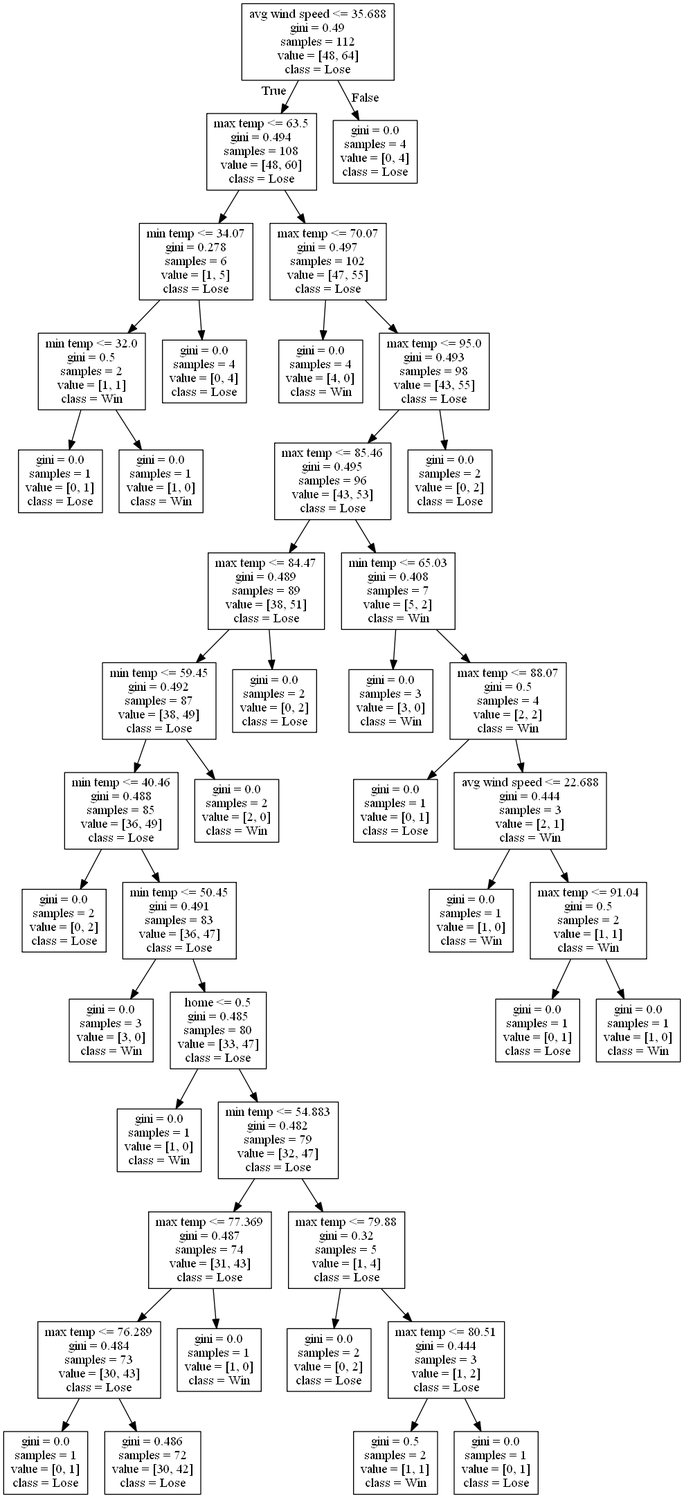
The Graphviz diagram DecisionTrees/decision_tree_no_score_or_attendance_test_609.png in alexana-steck/CSE482Project, before a commit. Its source is kept beside it as DecisionTrees/decision_tree_no_score_or_attendance_test_609.dot. The source it was exported from:
```dot
digraph Tree {
node [shape=box] ;
0 [label="avg wind speed <= 35.688\ngini = 0.49\nsamples = 112\nvalue = [48, 64]\nclass = Lose"] ;
1 [label="max temp <= 63.5\ngini = 0.494\nsamples = 108\nvalue = [48, 60]\nclass = Lose"] ;
0 -> 1 [labeldistance=2.5, labelangle=45, headlabel="True"] ;
2 [label="min temp <= 34.07\ngini = 0.278\nsamples = 6\nvalue = [1, 5]\nclass = Lose"] ;
1 -> 2 ;
3 [label="min temp <= 32.0\ngini = 0.5\nsamples = 2\nvalue = [1, 1]\nclass = Win"] ;
2 -> 3 ;
4 [label="gini = 0.0\nsamples = 1\nvalue = [0, 1]\nclass = Lose"] ;
3 -> 4 ;
5 [label="gini = 0.0\nsamples = 1\nvalue = [1, 0]\nclass = Win"] ;
3 -> 5 ;
6 [label="gini = 0.0\nsamples = 4\nvalue = [0, 4]\nclass = Lose"] ;
2 -> 6 ;
7 [label="max temp <= 70.07\ngini = 0.497\nsamples = 102\nvalue = [47, 55]\nclass = Lose"] ;
1 -> 7 ;
8 [label="gini = 0.0\nsamples = 4\nvalue = [4, 0]\nclass = Win"] ;
7 -> 8 ;
9 [label="max temp <= 95.0\ngini = 0.493\nsamples = 98\nvalue = [43, 55]\nclass = Lose"] ;
7 -> 9 ;
10 [label="max temp <= 85.46\ngini = 0.495\nsamples = 96\nvalue = [43, 53]\nclass = Lose"] ;
9 -> 10 ;
11 [label="max temp <= 84.47\ngini = 0.489\nsamples = 89\nvalue = [38, 51]\nclass = Lose"] ;
10 -> 11 ;
12 [label="min temp <= 59.45\ngini = 0.492\nsamples = 87\nvalue = [38, 49]\nclass = Lose"] ;
11 -> 12 ;
13 [label="min temp <= 40.46\ngini = 0.488\nsamples = 85\nvalue = [36, 49]\nclass = Lose"] ;
12 -> 13 ;
14 [label="gini = 0.0\nsamples = 2\nvalue = [0, 2]\nclass = Lose"] ;
13 -> 14 ;
15 [label="min temp <= 50.45\ngini = 0.491\nsamples = 83\nvalue = [36, 47]\nclass = Lose"] ;
13 -> 15 ;
16 [label="gini = 0.0\nsamples = 3\nvalue = [3, 0]\nclass = Win"] ;
15 -> 16 ;
17 [label="home <= 0.5\ngini = 0.485\nsamples = 80\nvalue = [33, 47]\nclass = Lose"] ;
15 -> 17 ;
18 [label="gini = 0.0\nsamples = 1\nvalue = [1, 0]\nclass = Win"] ;
17 -> 18 ;
19 [label="min temp <= 54.883\ngini = 0.482\nsamples = 79\nvalue = [32, 47]\nclass = Lose"] ;
17 -> 19 ;
20 [label="max temp <= 77.369\ngini = 0.487\nsamples = 74\nvalue = [31, 43]\nclass = Lose"] ;
19 -> 20 ;
21 [label="max temp <= 76.289\ngini = 0.484\nsamples = 73\nvalue = [30, 43]\nclass = Lose"] ;
20 -> 21 ;
22 [label="gini = 0.0\nsamples = 1\nvalue = [0, 1]\nclass = Lose"] ;
21 -> 22 ;
23 [label="gini = 0.486\nsamples = 72\nvalue = [30, 42]\nclass = Lose"] ;
21 -> 23 ;
24 [label="gini = 0.0\nsamples = 1\nvalue = [1, 0]\nclass = Win"] ;
20 -> 24 ;
25 [label="max temp <= 79.88\ngini = 0.32\nsamples = 5\nvalue = [1, 4]\nclass = Lose"] ;
19 -> 25 ;
26 [label="gini = 0.0\nsamples = 2\nvalue = [0, 2]\nclass = Lose"] ;
25 -> 26 ;
27 [label="max temp <= 80.51\ngini = 0.444\nsamples = 3\nvalue = [1, 2]\nclass = Lose"] ;
25 -> 27 ;
28 [label="gini = 0.5\nsamples = 2\nvalue = [1, 1]\nclass = Win"] ;
27 -> 28 ;
29 [label="gini = 0.0\nsamples = 1\nvalue = [0, 1]\nclass = Lose"] ;
27 -> 29 ;
30 [label="gini = 0.0\nsamples = 2\nvalue = [2, 0]\nclass = Win"] ;
12 -> 30 ;
31 [label="gini = 0.0\nsamples = 2\nvalue = [0, 2]\nclass = Lose"] ;
11 -> 31 ;
32 [label="min temp <= 65.03\ngini = 0.408\nsamples = 7\nvalue = [5, 2]\nclass = Win"] ;
10 -> 32 ;
33 [label="gini = 0.0\nsamples = 3\nvalue = [3, 0]\nclass = Win"] ;
32 -> 33 ;
34 [label="max temp <= 88.07\ngini = 0.5\nsamples = 4\nvalue = [2, 2]\nclass = Win"] ;
32 -> 34 ;
35 [label="gini = 0.0\nsamples = 1\nvalue = [0, 1]\nclass = Lose"] ;
34 -> 35 ;
36 [label="avg wind speed <= 22.688\ngini = 0.444\nsamples = 3\nvalue = [2, 1]\nclass = Win"] ;
34 -> 36 ;
37 [label="gini = 0.0\nsamples = 1\nvalue = [1, 0]\nclass = Win"] ;
36 -> 37 ;
38 [label="max temp <= 91.04\ngini = 0.5\nsamples = 2\nvalue = [1, 1]\nclass = Win"] ;
36 -> 38 ;
39 [label="gini = 0.0\nsamples = 1\nvalue = [0, 1]\nclass = Lose"] ;
38 -> 39 ;
40 [label="gini = 0.0\nsamples = 1\nvalue = [1, 0]\nclass = Win"] ;
38 -> 40 ;
41 [label="gini = 0.0\nsamples = 2\nvalue = [0, 2]\nclass = Lose"] ;
9 -> 41 ;
42 [label="gini = 0.0\nsamples = 4\nvalue = [0, 4]\nclass = Lose"] ;
0 -> 42 [labeldistance=2.5, labelangle=-45, headlabel="False"] ;
}
```
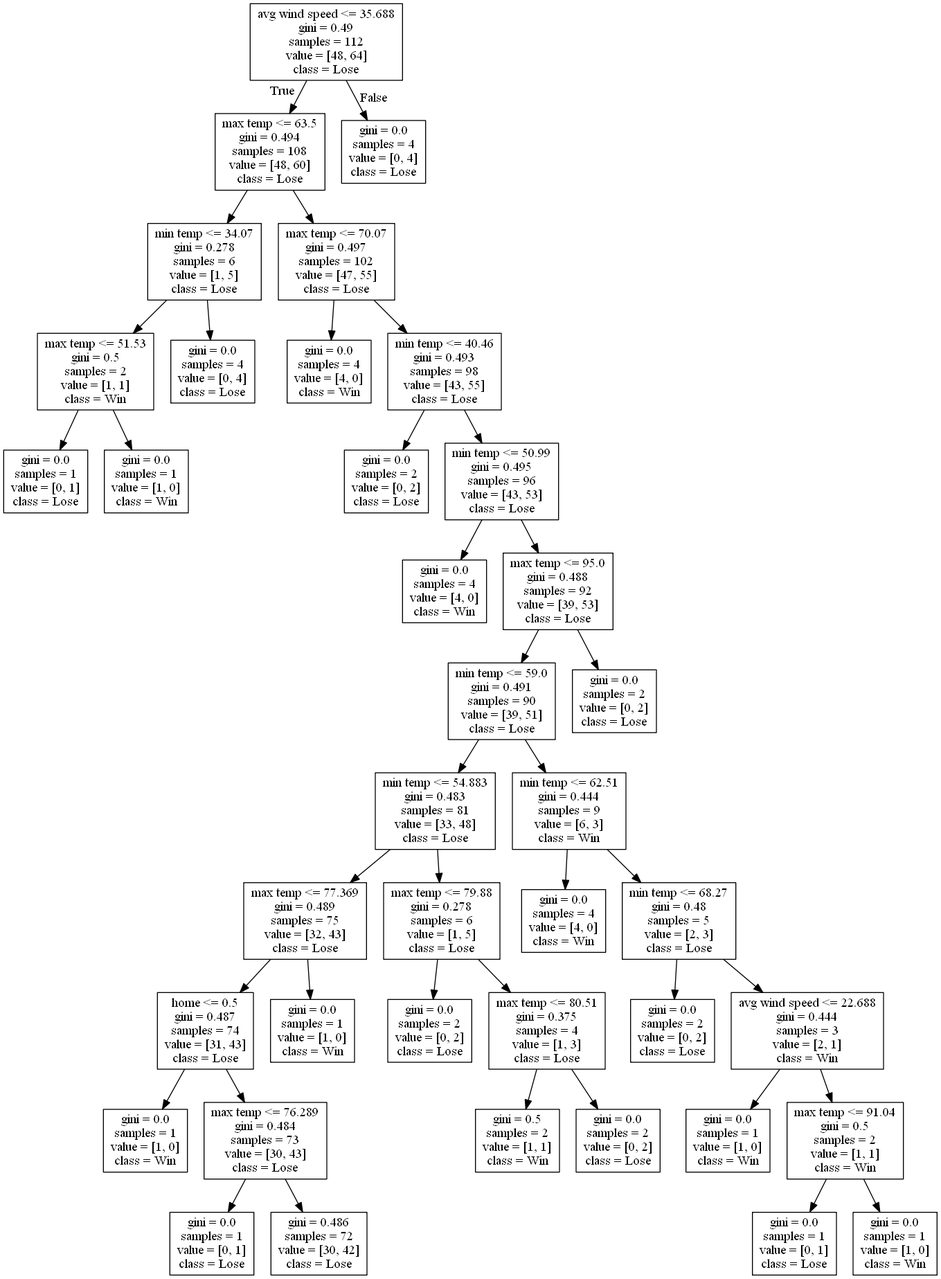
The same file after the commit.

What changed in the source:
```diff
@@ -5,7 +5,7 @@
 0 -> 1 [labeldistance=2.5, labelangle=45, headlabel="True"] ;
 2 [label="min temp <= 34.07\ngini = 0.278\nsamples = 6\nvalue = [1, 5]\nclass = Lose"] ;
 1 -> 2 ;
-3 [label="min temp <= 32.0\ngini = 0.5\nsamples = 2\nvalue = [1, 1]\nclass = Win"] ;
+3 [label="max temp <= 51.53\ngini = 0.5\nsamples = 2\nvalue = [1, 1]\nclass = Win"] ;
 2 -> 3 ;
 4 [label="gini = 0.0\nsamples = 1\nvalue = [0, 1]\nclass = Lose"] ;
 3 -> 4 ;
@@ -17,72 +17,64 @@
 1 -> 7 ;
 8 [label="gini = 0.0\nsamples = 4\nvalue = [4, 0]\nclass = Win"] ;
 7 -> 8 ;
-9 [label="max temp <= 95.0\ngini = 0.493\nsamples = 98\nvalue = [43, 55]\nclass = Lose"] ;
+9 [label="min temp <= 40.46\ngini = 0.493\nsamples = 98\nvalue = [43, 55]\nclass = Lose"] ;
 7 -> 9 ;
-10 [label="max temp <= 85.46\ngini = 0.495\nsamples = 96\nvalue = [43, 53]\nclass = Lose"] ;
+10 [label="gini = 0.0\nsamples = 2\nvalue = [0, 2]\nclass = Lose"] ;
 9 -> 10 ;
-11 [label="max temp <= 84.47\ngini = 0.489\nsamples = 89\nvalue = [38, 51]\nclass = Lose"] ;
-10 -> 11 ;
-12 [label="min temp <= 59.45\ngini = 0.492\nsamples = 87\nvalue = [38, 49]\nclass = Lose"] ;
+11 [label="min temp <= 50.99\ngini = 0.495\nsamples = 96\nvalue = [43, 53]\nclass = Lose"] ;
+9 -> 11 ;
+12 [label="gini = 0.0\nsamples = 4\nvalue = [4, 0]\nclass = Win"] ;
 11 -> 12 ;
-13 [label="min temp <= 40.46\ngini = 0.488\nsamples = 85\nvalue = [36, 49]\nclass = Lose"] ;
-12 -> 13 ;
-14 [label="gini = 0.0\nsamples = 2\nvalue = [0, 2]\nclass = Lose"] ;
+13 [label="max temp <= 95.0\ngini = 0.488\nsamples = 92\nvalue = [39, 53]\nclass = Lose"] ;
+11 -> 13 ;
+14 [label="min temp <= 59.0\ngini = 0.491\nsamples = 90\nvalue = [39, 51]\nclass = Lose"] ;
 13 -> 14 ;
-15 [label="min temp <= 50.45\ngini = 0.491\nsamples = 83\nvalue = [36, 47]\nclass = Lose"] ;
-13 -> 15 ;
-16 [label="gini = 0.0\nsamples = 3\nvalue = [3, 0]\nclass = Win"] ;
+15 [label="min temp <= 54.883\ngini = 0.483\nsamples = 81\nvalue = [33, 48]\nclass = Lose"] ;
+14 -> 15 ;
+16 [label="max temp <= 77.369\ngini = 0.489\nsamples = 75\nvalue = [32, 43]\nclass = Lose"] ;
 15 -> 16 ;
-17 [label="home <= 0.5\ngini = 0.485\nsamples = 80\nvalue = [33, 47]\nclass = Lose"] ;
-15 -> 17 ;
+17 [label="home <= 0.5\ngini = 0.487\nsamples = 74\nvalue = [31, 43]\nclass = Lose"] ;
+16 -> 17 ;
 18 [label="gini = 0.0\nsamples = 1\nvalue = [1, 0]\nclass = Win"] ;
 17 -> 18 ;
-19 [label="min temp <= 54.883\ngini = 0.482\nsamples = 79\nvalue = [32, 47]\nclass = Lose"] ;
+19 [label="max temp <= 76.289\ngini = 0.484\nsamples = 73\nvalue = [30, 43]\nclass = Lose"] ;
 17 -> 19 ;
-20 [label="max temp <= 77.369\ngini = 0.487\nsamples = 74\nvalue = [31, 43]\nclass = Lose"] ;
+20 [label="gini = 0.0\nsamples = 1\nvalue = [0, 1]\nclass = Lose"] ;
 19 -> 20 ;
-21 [label="max temp <= 76.289\ngini = 0.484\nsamples = 73\nvalue = [30, 43]\nclass = Lose"] ;
-20 -> 21 ;
-22 [label="gini = 0.0\nsamples = 1\nvalue = [0, 1]\nclass = Lose"] ;
-21 -> 22 ;
-23 [label="gini = 0.486\nsamples = 72\nvalue = [30, 42]\nclass = Lose"] ;
-21 -> 23 ;
-24 [label="gini = 0.0\nsamples = 1\nvalue = [1, 0]\nclass = Win"] ;
-20 -> 24 ;
-25 [label="max temp <= 79.88\ngini = 0.32\nsamples = 5\nvalue = [1, 4]\nclass = Lose"] ;
-19 -> 25 ;
-26 [label="gini = 0.0\nsamples = 2\nvalue = [0, 2]\nclass = Lose"] ;
+21 [label="gini = 0.486\nsamples = 72\nvalue = [30, 42]\nclass = Lose"] ;
+19 -> 21 ;
+22 [label="gini = 0.0\nsamples = 1\nvalue = [1, 0]\nclass = Win"] ;
+16 -> 22 ;
+23 [label="max temp <= 79.88\ngini = 0.278\nsamples = 6\nvalue = [1, 5]\nclass = Lose"] ;
+15 -> 23 ;
+24 [label="gini = 0.0\nsamples = 2\nvalue = [0, 2]\nclass = Lose"] ;
+23 -> 24 ;
+25 [label="max temp <= 80.51\ngini = 0.375\nsamples = 4\nvalue = [1, 3]\nclass = Lose"] ;
+23 -> 25 ;
+26 [label="gini = 0.5\nsamples = 2\nvalue = [1, 1]\nclass = Win"] ;
 25 -> 26 ;
-27 [label="max temp <= 80.51\ngini = 0.444\nsamples = 3\nvalue = [1, 2]\nclass = Lose"] ;
+27 [label="gini = 0.0\nsamples = 2\nvalue = [0, 2]\nclass = Lose"] ;
 25 -> 27 ;
-28 [label="gini = 0.5\nsamples = 2\nvalue = [1, 1]\nclass = Win"] ;
-27 -> 28 ;
-29 [label="gini = 0.0\nsamples = 1\nvalue = [0, 1]\nclass = Lose"] ;
-27 -> 29 ;
-30 [label="gini = 0.0\nsamples = 2\nvalue = [2, 0]\nclass = Win"] ;
-12 -> 30 ;
+28 [label="min temp <= 62.51\ngini = 0.444\nsamples = 9\nvalue = [6, 3]\nclass = Win"] ;
+14 -> 28 ;
+29 [label="gini = 0.0\nsamples = 4\nvalue = [4, 0]\nclass = Win"] ;
+28 -> 29 ;
+30 [label="min temp <= 68.27\ngini = 0.48\nsamples = 5\nvalue = [2, 3]\nclass = Lose"] ;
+28 -> 30 ;
 31 [label="gini = 0.0\nsamples = 2\nvalue = [0, 2]\nclass = Lose"] ;
-11 -> 31 ;
-32 [label="min temp <= 65.03\ngini = 0.408\nsamples = 7\nvalue = [5, 2]\nclass = Win"] ;
-10 -> 32 ;
-33 [label="gini = 0.0\nsamples = 3\nvalue = [3, 0]\nclass = Win"] ;
+30 -> 31 ;
+32 [label="avg wind speed <= 22.688\ngini = 0.444\nsamples = 3\nvalue = [2, 1]\nclass = Win"] ;
+30 -> 32 ;
+33 [label="gini = 0.0\nsamples = 1\nvalue = [1, 0]\nclass = Win"] ;
 32 -> 33 ;
-34 [label="max temp <= 88.07\ngini = 0.5\nsamples = 4\nvalue = [2, 2]\nclass = Win"] ;
+34 [label="max temp <= 91.04\ngini = 0.5\nsamples = 2\nvalue = [1, 1]\nclass = Win"] ;
 32 -> 34 ;
 35 [label="gini = 0.0\nsamples = 1\nvalue = [0, 1]\nclass = Lose"] ;
 34 -> 35 ;
-36 [label="avg wind speed <= 22.688\ngini = 0.444\nsamples = 3\nvalue = [2, 1]\nclass = Win"] ;
+36 [label="gini = 0.0\nsamples = 1\nvalue = [1, 0]\nclass = Win"] ;
 34 -> 36 ;
-37 [label="gini = 0.0\nsamples = 1\nvalue = [1, 0]\nclass = Win"] ;
-36 -> 37 ;
-38 [label="max temp <= 91.04\ngini = 0.5\nsamples = 2\nvalue = [1, 1]\nclass = Win"] ;
-36 -> 38 ;
-39 [label="gini = 0.0\nsamples = 1\nvalue = [0, 1]\nclass = Lose"] ;
-38 -> 39 ;
-40 [label="gini = 0.0\nsamples = 1\nvalue = [1, 0]\nclass = Win"] ;
-38 -> 40 ;
-41 [label="gini = 0.0\nsamples = 2\nvalue = [0, 2]\nclass = Lose"] ;
-9 -> 41 ;
-42 [label="gini = 0.0\nsamples = 4\nvalue = [0, 4]\nclass = Lose"] ;
-0 -> 42 [labeldistance=2.5, labelangle=-45, headlabel="False"] ;
+37 [label="gini = 0.0\nsamples = 2\nvalue = [0, 2]\nclass = Lose"] ;
+13 -> 37 ;
+38 [label="gini = 0.0\nsamples = 4\nvalue = [0, 4]\nclass = Lose"] ;
+0 -> 38 [labeldistance=2.5, labelangle=-45, headlabel="False"] ;
 }
```
